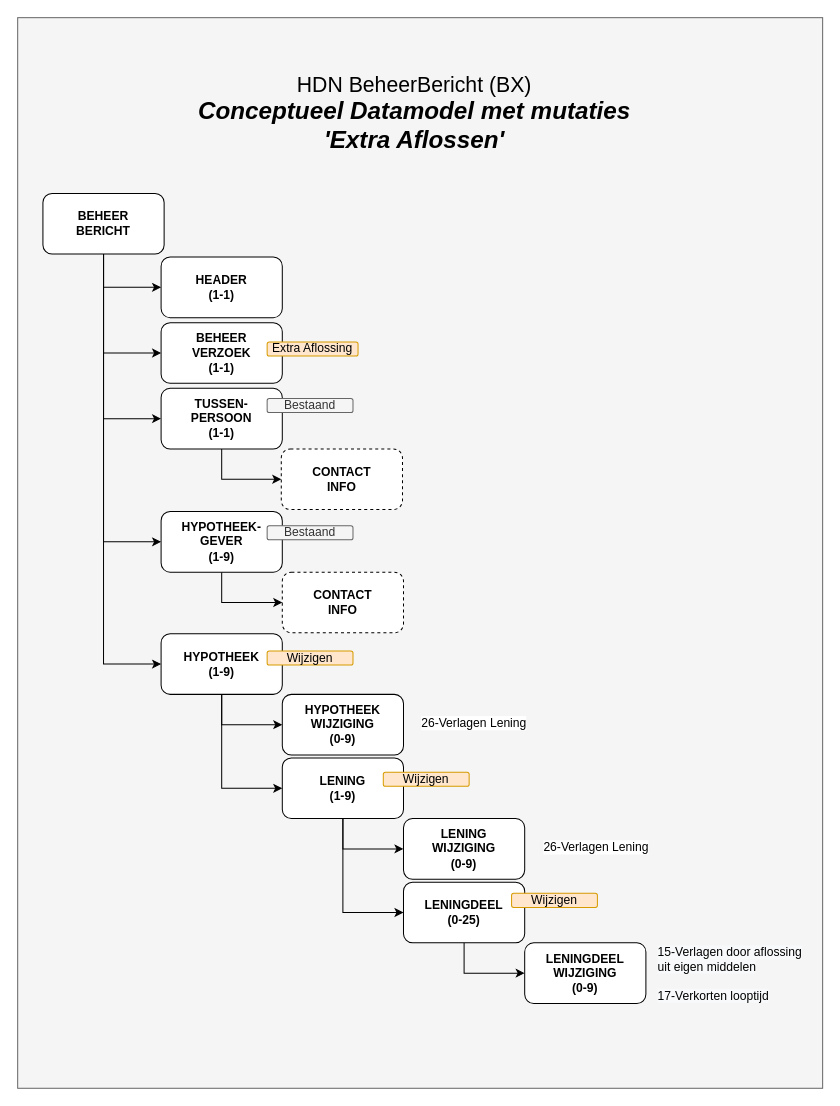
Before: page "DataModel DB met mutaties" (2 of 4) of HDN_BX_MM_BouwdepotDeclaratie.drawio in luchthandel/diagrams, a draw.io diagram. Source tidied: cells renumbered, new cells numbered last; positions are measured from the earlier drawing's top-left corner, leaving out a move shared by most shapes. Both pictures are drawn from the tidied source at 101%, with x=0, y=0 at pixel (17, 17).
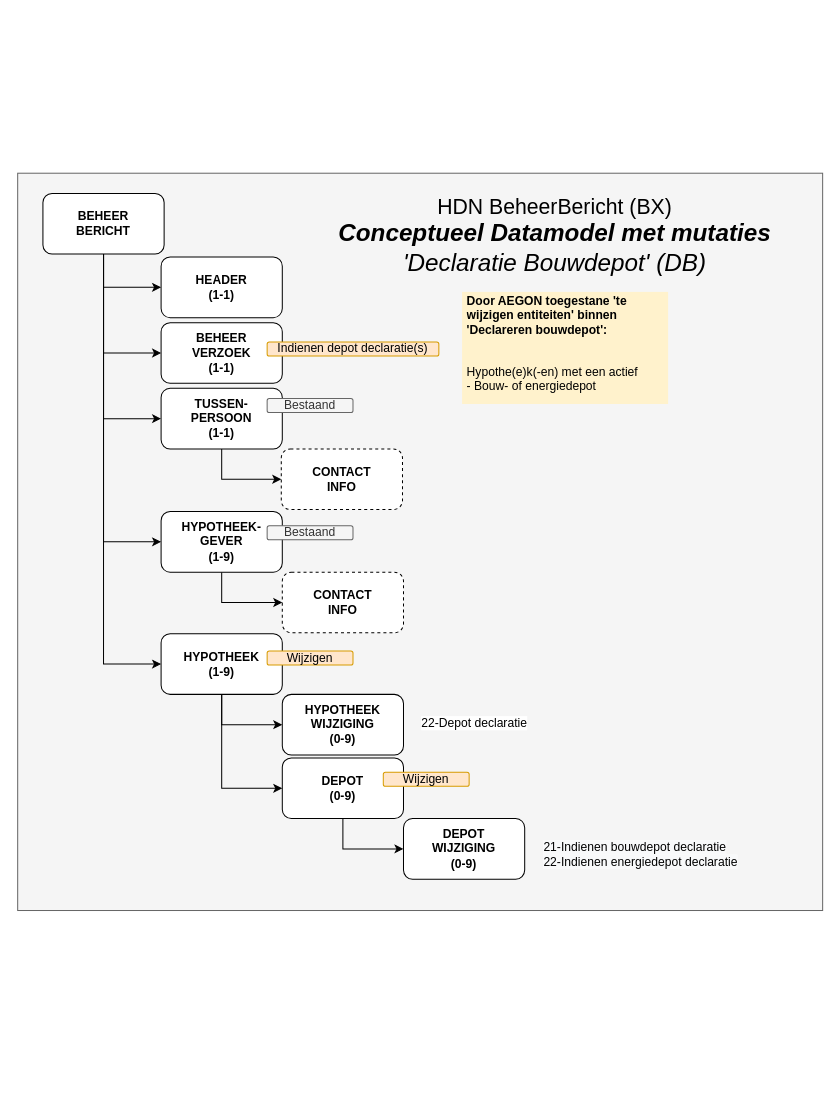
After the change.

The edit, as a diff of the source:
```diff
@@
     <mxCell id="2" style="rounded=0;whiteSpace=wrap;html=1;fillColor=#f5f5f5;strokeColor=#666666;fontColor=#333333;labelBackgroundColor=none;" parent="1" vertex="1">
-      <mxGeometry width="797" height="1060" as="geometry" />
+      <mxGeometry y="154" width="797" height="730" as="geometry" />
     </mxCell>
-    <mxCell id="3" style="edgeStyle=orthogonalEdgeStyle;rounded=0;jettySize=auto;html=1;exitX=0.5;exitY=1;exitDx=0;exitDy=0;entryX=0;entryY=0.5;entryDx=0;entryDy=0;" parent="1" edge="1" source="5" target="7">
-      <mxGeometry relative="1" as="geometry" />
-    </mxCell>
@@
-    <mxCell id="5" value="LENING&lt;br&gt;(1-9)" style="rounded=1;whiteSpace=wrap;html=1;fontStyle=1;" parent="1" vertex="1">
+    <mxCell id="5" value="DEPOT&lt;br&gt;(0-9)" style="rounded=1;whiteSpace=wrap;html=1;fontStyle=1;" parent="1" vertex="1">
       <mxGeometry x="262" y="733" width="120" height="60" as="geometry" />
     </mxCell>
-    <mxCell id="6" style="edgeStyle=orthogonalEdgeStyle;rounded=0;jettySize=auto;html=1;exitX=0.5;exitY=1;exitDx=0;exitDy=0;entryX=0;entryY=0.5;entryDx=0;entryDy=0;" parent="1" edge="1" source="7" target="34">
-      <mxGeometry relative="1" as="geometry" />
-    </mxCell>
-    <mxCell id="7" value="LENINGDEEL&lt;br&gt;(0-25)" style="rounded=1;whiteSpace=wrap;html=1;fontStyle=1;" parent="1" vertex="1">
-      <mxGeometry x="382" y="856" width="120" height="60" as="geometry" />
-    </mxCell>
@@
-    <mxCell id="26" value="&lt;span style=&quot;font-weight: 400&quot;&gt;Wijzigen&lt;/span&gt;" style="rounded=1;whiteSpace=wrap;html=1;fontStyle=1;fillColor=#ffe6cc;strokeColor=#d79b00;" parent="1" vertex="1">
-      <mxGeometry x="489" y="867" width="85" height="14" as="geometry" />
-    </mxCell>
-    <mxCell id="27" value="&lt;span style=&quot;font-weight: 400&quot;&gt;Extra Aflossing&lt;/span&gt;" style="rounded=1;whiteSpace=wrap;html=1;fontStyle=1;fillColor=#ffe6cc;strokeColor=#d79b00;" parent="1" vertex="1">
-      <mxGeometry x="247" y="321" width="90" height="14" as="geometry" />
+    <mxCell id="27" value="&lt;span style=&quot;font-weight: 400&quot;&gt;Indienen depot declaratie(s)&lt;/span&gt;" style="rounded=1;whiteSpace=wrap;html=1;fontStyle=1;fillColor=#ffe6cc;strokeColor=#d79b00;" parent="1" vertex="1">
+      <mxGeometry x="247" y="321" width="170" height="14" as="geometry" />
     </mxCell>
@@
-    <mxCell id="31" value="&lt;font style=&quot;font-size: 21px&quot;&gt;HDN BeheerBericht (BX)&lt;br&gt;&lt;/font&gt;&lt;span style=&quot;font-size: 24px&quot;&gt;&lt;b&gt;&lt;i&gt;Conceptueel Datamodel met mutaties&lt;br&gt;'Extra Aflossen'&lt;br&gt;&lt;/i&gt;&lt;/b&gt;&lt;/span&gt;" style="text;html=1;strokeColor=none;fillColor=none;align=center;verticalAlign=middle;whiteSpace=wrap;rounded=0;" parent="1" vertex="1">
-      <mxGeometry x="10" y="48" width="766" height="93" as="geometry" />
-    </mxCell>
@@
-    <mxCell id="33" value="LENING&lt;br&gt;WIJZIGING&lt;br&gt;(0-9)" style="rounded=1;whiteSpace=wrap;html=1;fontStyle=1;" parent="1" vertex="1">
+    <mxCell id="33" value="DEPOT&lt;br&gt;WIJZIGING&lt;br&gt;(0-9)" style="rounded=1;whiteSpace=wrap;html=1;fontStyle=1;" parent="1" vertex="1">
       <mxGeometry x="382" y="793" width="120" height="60" as="geometry" />
     </mxCell>
-    <mxCell id="34" value="LENINGDEEL&lt;br&gt;WIJZIGING&lt;br&gt;(0-9)" style="rounded=1;whiteSpace=wrap;html=1;fontStyle=1;" parent="1" vertex="1">
-      <mxGeometry x="502" y="916" width="120" height="60" as="geometry" />
-    </mxCell>
-    <mxCell id="35" value="&lt;span style=&quot;color: rgb(0 , 0 , 0) ; font-family: &amp;#34;helvetica&amp;#34; ; font-size: 12px ; font-style: normal ; font-weight: 400 ; letter-spacing: normal ; text-align: center ; text-indent: 0px ; text-transform: none ; word-spacing: 0px ; background-color: rgb(255 , 255 , 255) ; display: inline ; float: none&quot;&gt;26-Verlagen Lening&lt;br&gt;&lt;/span&gt;" style="text;whiteSpace=wrap;html=1;" parent="1" vertex="1">
-      <mxGeometry x="519" y="808" width="158" height="30" as="geometry" />
+    <mxCell id="35" value="&lt;span style=&quot;color: rgb(0 , 0 , 0) ; font-family: &amp;#34;helvetica&amp;#34; ; font-size: 12px ; font-style: normal ; font-weight: 400 ; letter-spacing: normal ; text-align: center ; text-indent: 0px ; text-transform: none ; word-spacing: 0px ; background-color: rgb(255 , 255 , 255) ; display: inline ; float: none&quot;&gt;&lt;span style=&quot;font-family: &amp;#34;helvetica&amp;#34; ; background-color: rgb(248 , 249 , 250)&quot;&gt;21-Indienen bouwdepot declaratie&lt;br&gt;&lt;/span&gt;&lt;span style=&quot;background-color: rgb(248 , 249 , 250)&quot;&gt;22-Indienen energiedepot declaratie&lt;/span&gt;&lt;br&gt;&lt;/span&gt;" style="text;whiteSpace=wrap;html=1;" parent="1" vertex="1">
+      <mxGeometry x="519" y="808" width="208" height="30" as="geometry" />
     </mxCell>
-    <mxCell id="36" value="&lt;span style=&quot;color: rgb(0 , 0 , 0) ; font-family: &amp;#34;helvetica&amp;#34; ; font-size: 12px ; font-style: normal ; font-weight: 400 ; letter-spacing: normal ; text-align: left ; text-indent: 0px ; text-transform: none ; word-spacing: 0px ; background-color: rgb(248 , 249 , 250) ; display: inline ; float: none&quot;&gt;15-Verlagen door aflossing &lt;br&gt;uit eigen middelen&lt;br&gt;&lt;br&gt;17-Verkorten looptijd&lt;br&gt;&lt;/span&gt;" style="text;whiteSpace=wrap;html=1;" parent="1" vertex="1">
-      <mxGeometry x="632" y="912" width="155" height="70" as="geometry" />
-    </mxCell>
-    <mxCell id="37" value="&lt;span style=&quot;color: rgb(0 , 0 , 0) ; font-family: &amp;#34;helvetica&amp;#34; ; font-size: 12px ; font-style: normal ; font-weight: 400 ; letter-spacing: normal ; text-align: center ; text-indent: 0px ; text-transform: none ; word-spacing: 0px ; background-color: rgb(255 , 255 , 255) ; display: inline ; float: none&quot;&gt;26-Verlagen Lening&lt;br&gt;&lt;/span&gt;" style="text;whiteSpace=wrap;html=1;" parent="1" vertex="1">
+    <mxCell id="37" value="&lt;span style=&quot;color: rgb(0 , 0 , 0) ; font-family: &amp;#34;helvetica&amp;#34; ; font-size: 12px ; font-style: normal ; font-weight: 400 ; letter-spacing: normal ; text-align: center ; text-indent: 0px ; text-transform: none ; word-spacing: 0px ; background-color: rgb(255 , 255 , 255) ; display: inline ; float: none&quot;&gt;22-Depot declaratie&lt;br&gt;&lt;/span&gt;" style="text;whiteSpace=wrap;html=1;" parent="1" vertex="1">
       <mxGeometry x="398" y="685" width="149" height="30" as="geometry" />
     </mxCell>
+    <mxCell id="38" value="&lt;font style=&quot;font-size: 21px&quot;&gt;HDN BeheerBericht (BX)&lt;br&gt;&lt;/font&gt;&lt;span style=&quot;font-size: 24px&quot;&gt;&lt;i&gt;&lt;b&gt;Conceptueel Datamodel met mutaties&lt;/b&gt;&lt;br&gt;'Declaratie Bouwdepot' (DB)&lt;br&gt;&lt;/i&gt;&lt;/span&gt;" style="text;html=1;strokeColor=none;fillColor=none;align=center;verticalAlign=middle;whiteSpace=wrap;rounded=0;" parent="1" vertex="1">
+      <mxGeometry x="302" y="169" width="460" height="93" as="geometry" />
+    </mxCell>
+    <mxCell id="39" value="&lt;p&gt;&lt;b&gt;Door AEGON toegestane 'te wijzigen entiteiten' binnen 'Declareren bouwdepot':&lt;/b&gt;&lt;/p&gt;&lt;p&gt;&lt;b&gt;&lt;br&gt;&lt;/b&gt;Hypothe(e)k(-en) met een actief&lt;br&gt;- Bouw- of energiedepot&lt;/p&gt;" style="text;html=1;fillColor=#fff2cc;spacing=5;spacingTop=-20;whiteSpace=wrap;overflow=hidden;rounded=0;verticalAlign=top;" parent="1" vertex="1">
+      <mxGeometry x="440" y="271.5" width="204" height="111" as="geometry" />
+    </mxCell>
```
